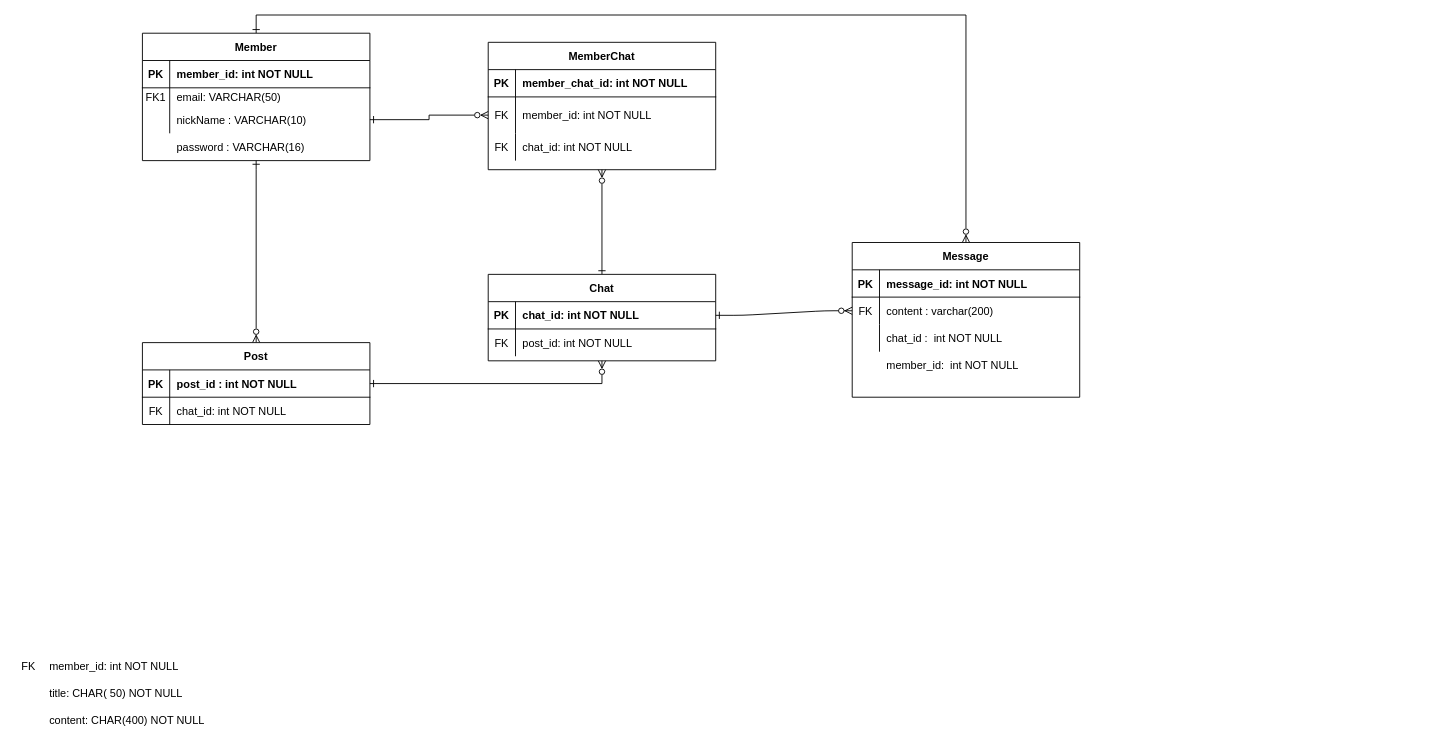
Earlier version of the draw.io diagram ERD.drawio (rlagudtn/Share). Source tidied: cells renumbered, new cells numbered last; positions are measured from the earlier drawing's top-left corner, leaving out a move shared by most shapes. Both pictures are drawn from the tidied source at 91%, with x=0, y=0 at pixel (15, 33).
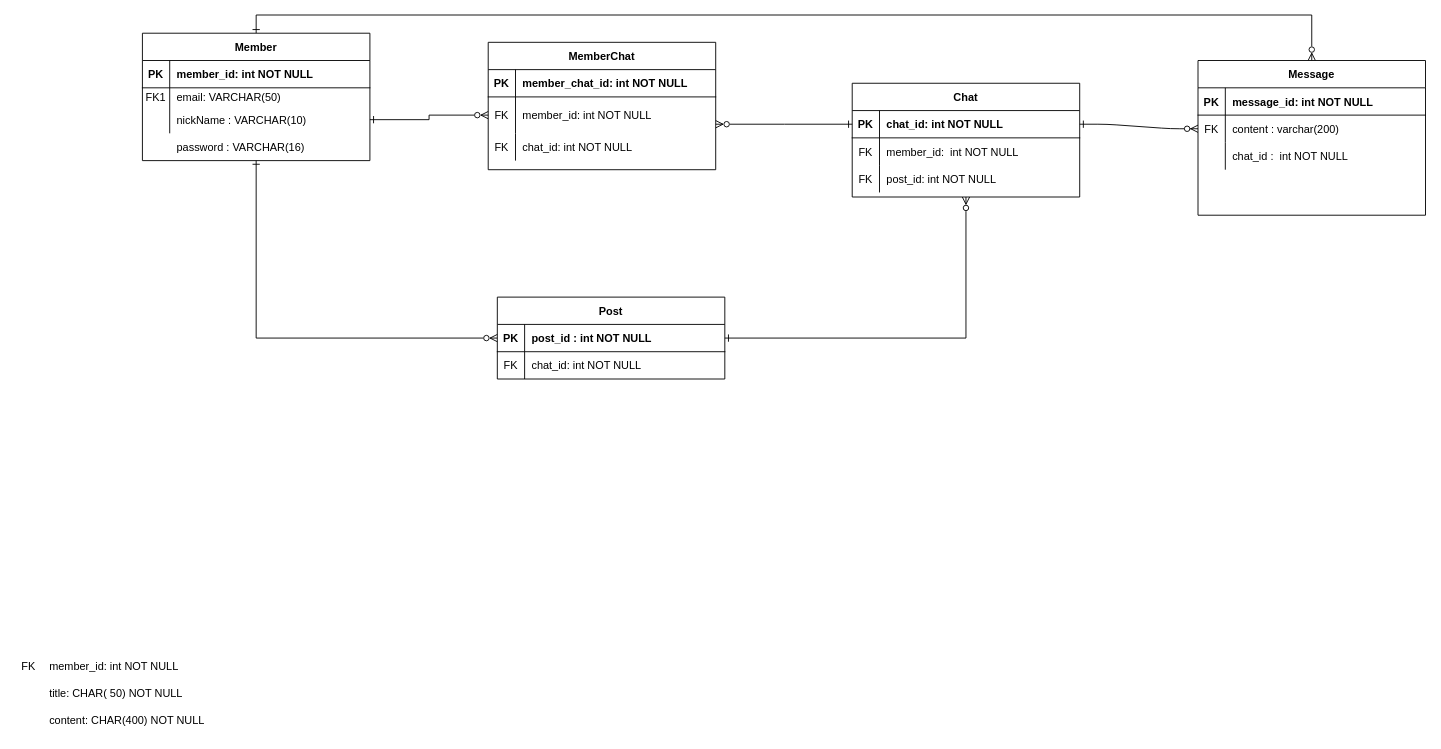
Above is the later version.

Unchanged cells that the change refers to:
```xml
<mxCell id="5" style="shape=partialRectangle;fillColor=none;points=[[0,0.5],[1,0.5]];portConstraint=eastwest;top=0;left=0;right=0;bottom=1;" parent="4" vertex="1">
  <mxGeometry y="30" width="250" height="30" as="geometry" />
</mxCell>
<mxCell id="8" style="shape=partialRectangle;fillColor=none;top=0;left=0;right=0;bottom=0;" parent="4" vertex="1">
  <mxGeometry y="60" width="250" height="30" as="geometry" />
</mxCell>
<mxCell id="13" value="Member" style="shape=table;startSize=30;childLayout=tableLayout;rowLines=0;fontStyle=1;align=center;" parent="1" vertex="1">
  <mxGeometry x="140" width="250" height="140" as="geometry" />
</mxCell>
<mxCell id="25" style="shape=partialRectangle;fillColor=none;points=[[0,0.5],[1,0.5]];portConstraint=eastwest;top=0;left=0;right=0;bottom=1;" parent="24" vertex="1">
  <mxGeometry y="30" width="250" height="30" as="geometry" />
</mxCell>
<mxCell id="52" value="MemberChat" style="shape=table;startSize=30;childLayout=tableLayout;rowLines=0;fontStyle=1;align=center;" parent="1" vertex="1">
  <mxGeometry x="520" y="10" width="250" height="140" as="geometry" />
</mxCell>
```

What changed in the source:
```diff
@@
-    <mxCell id="3" style="edgeStyle=orthogonalEdgeStyle;rounded=0;jettySize=auto;html=1;exitX=0.5;exitY=0;exitDx=0;exitDy=0;entryX=0.5;entryY=1;entryDx=0;entryDy=0;startArrow=ERone;startFill=0;endArrow=ERzeroToMany;endFill=0;" parent="1" edge="1" source="4" target="52">
-      <mxGeometry relative="1" as="geometry" />
+    <mxCell id="3" style="edgeStyle=orthogonalEdgeStyle;rounded=0;jettySize=auto;html=1;exitX=0;exitY=0.5;exitDx=0;exitDy=0;startArrow=ERone;startFill=0;endArrow=ERzeroToMany;endFill=0;" parent="1" edge="1" source="5">
+      <mxGeometry relative="1" as="geometry">
+        <mxPoint x="770" y="100" as="targetPoint" />
+      </mxGeometry>
     </mxCell>
     <mxCell id="4" value="Chat" style="shape=table;startSize=30;childLayout=tableLayout;rowLines=0;fontStyle=1;align=center;" parent="1" vertex="1">
-      <mxGeometry x="520" y="265" width="250" height="95" as="geometry" />
+      <mxGeometry x="920" y="55" width="250" height="125" as="geometry" />
     </mxCell>
@@
-    <mxCell id="9" style="shape=partialRectangle;overflow=hidden;fillColor=none;top=0;left=0;bottom=0;right=0;" parent="8" vertex="1">
+    <mxCell id="9" value="FK" style="shape=partialRectangle;overflow=hidden;fillColor=none;top=0;left=0;bottom=0;right=0;" parent="8" vertex="1">
       <mxGeometry width="30" height="30" as="geometry" />
     </mxCell>
-    <mxCell id="10" style="shape=partialRectangle;overflow=hidden;fillColor=none;top=0;left=0;bottom=0;right=0;align=left;spacingLeft=6;" parent="8" vertex="1">
+    <mxCell id="10" value="member_id:  int NOT NULL" style="shape=partialRectangle;overflow=hidden;fillColor=none;top=0;left=0;bottom=0;right=0;align=left;spacingLeft=6;" parent="8" vertex="1">
       <mxGeometry x="30" width="220" height="30" as="geometry" />
     </mxCell>
+    <mxCell id="69" style="shape=partialRectangle;fillColor=none;top=0;left=0;right=0;bottom=0;" parent="4" vertex="1">
+      <mxGeometry y="90" width="250" height="30" as="geometry" />
+    </mxCell>
+    <mxCell id="64" value="FK" style="shape=partialRectangle;overflow=hidden;fillColor=none;top=0;left=0;bottom=0;right=0;" parent="69" vertex="1">
+      <mxGeometry width="30" height="30" as="geometry" />
+    </mxCell>
+    <mxCell id="67" value="post_id: int NOT NULL" style="shape=partialRectangle;overflow=hidden;fillColor=none;top=0;left=0;bottom=0;right=0;align=left;spacingLeft=6;" parent="69" vertex="1">
+      <mxGeometry x="30" width="220" height="30" as="geometry" />
+    </mxCell>
-    <mxCell id="11" style="edgeStyle=orthogonalEdgeStyle;rounded=0;jettySize=auto;html=1;exitX=0.5;exitY=1;exitDx=0;exitDy=0;entryX=0.5;entryY=0;entryDx=0;entryDy=0;endArrow=ERzeroToMany;endFill=0;startArrow=ERone;startFill=0;" parent="1" edge="1" source="13" target="24">
+    <mxCell id="11" style="edgeStyle=orthogonalEdgeStyle;rounded=0;jettySize=auto;html=1;exitX=0.5;exitY=1;exitDx=0;exitDy=0;entryX=0;entryY=0.5;entryDx=0;entryDy=0;endArrow=ERzeroToMany;endFill=0;startArrow=ERone;startFill=0;" parent="1" edge="1" source="13" target="25">
       <mxGeometry relative="1" as="geometry">
         <Array as="points">
-          <mxPoint x="265" y="150" />
-          <mxPoint x="265" y="460" />
+          <mxPoint x="265" y="335" />
         </Array>
       </mxGeometry>
     </mxCell>
     <mxCell id="12" style="edgeStyle=orthogonalEdgeStyle;rounded=0;jettySize=auto;html=1;exitX=0.5;exitY=0;exitDx=0;exitDy=0;startArrow=ERone;startFill=0;endArrow=ERzeroToMany;endFill=0;" parent="1" edge="1" source="13" target="31">
-      <mxGeometry relative="1" as="geometry" />
+      <mxGeometry relative="1" as="geometry">
+        <Array as="points">
+          <mxPoint x="265" y="-20" />
+          <mxPoint x="1425" y="-20" />
+        </Array>
+      </mxGeometry>
     </mxCell>
@@
     <mxCell id="24" value="Post" style="shape=table;startSize=30;childLayout=tableLayout;rowLines=0;fontStyle=1;align=center;" parent="1" vertex="1">
-      <mxGeometry x="140" y="340" width="250" height="90" as="geometry" />
+      <mxGeometry x="530" y="290" width="250" height="90" as="geometry" />
     </mxCell>
@@
     <mxCell id="31" value="Message" style="shape=table;startSize=30;childLayout=tableLayout;rowLines=0;fontStyle=1;align=center;" parent="1" vertex="1">
-      <mxGeometry x="920" y="230" width="250" height="170" as="geometry" />
+      <mxGeometry x="1300" y="30" width="250" height="170" as="geometry" />
     </mxCell>
@@
-    <mxCell id="64" value="FK" style="shape=partialRectangle;overflow=hidden;fillColor=none;top=0;left=0;bottom=0;right=0;" parent="1" vertex="1">
-      <mxGeometry x="520" y="330" width="30" height="20" as="geometry" />
-    </mxCell>
-    <mxCell id="65" style="shape=partialRectangle;fillColor=none;top=0;left=0;right=0;bottom=0;" parent="1" vertex="1">
-      <mxGeometry x="520" y="325" width="250" height="30" as="geometry" />
-    </mxCell>
-    <mxCell id="66" style="shape=partialRectangle;overflow=hidden;fillColor=none;top=0;left=0;bottom=0;right=0;" parent="65" vertex="1">
-      <mxGeometry width="30" height="30" as="geometry" />
-    </mxCell>
-    <mxCell id="67" value="post_id: int NOT NULL" style="shape=partialRectangle;overflow=hidden;fillColor=none;top=0;left=0;bottom=0;right=0;align=left;spacingLeft=6;" parent="65" vertex="1">
-      <mxGeometry x="30" width="220" height="30" as="geometry" />
-    </mxCell>
-    <mxCell id="68" value="member_id:  int NOT NULL" style="shape=partialRectangle;overflow=hidden;fillColor=none;top=0;left=0;bottom=0;right=0;align=left;spacingLeft=6;" parent="1" vertex="1">
-      <mxGeometry x="950" y="350" width="220" height="30" as="geometry" />
-    </mxCell>
```
